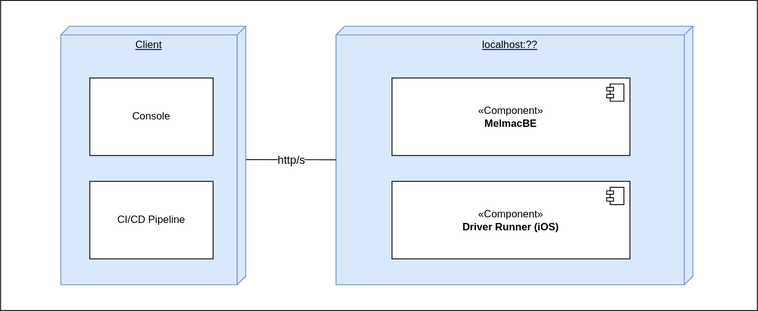
Earlier version of the draw.io export docs/global-artifacts/03.design/physical-view/level-2/svg/L2-PV.svg (Mindera/Alfie-Melmac-Performance-Testing). Source tidied: cells renumbered, new cells last; positions are measured from the earlier drawing's top-left corner, leaving out a move shared by most shapes. Its diagram source:
```xml
<mxGraphModel>
  <root>
    <mxCell id="0" />
    <mxCell id="1" parent="0" />
    <mxCell id="2" style="edgeStyle=none;html=1;exitX=0;exitY=0;exitDx=155;exitDy=255;exitPerimeter=0;entryX=0.551;entryY=0.355;entryDx=0;entryDy=0;entryPerimeter=0;" parent="1" edge="1" source="8" target="5">
      <mxGeometry relative="1" as="geometry" />
    </mxCell>
    <mxCell id="3" style="edgeStyle=none;html=1;exitX=0;exitY=0;exitDx=155;exitDy=415;exitPerimeter=0;entryX=0.075;entryY=0.487;entryDx=0;entryDy=0;entryPerimeter=0;" parent="1" edge="1" source="8" target="5">
      <mxGeometry relative="1" as="geometry" />
    </mxCell>
    <mxCell id="4" value="Untitled Layer" parent="0" />
    <mxCell id="5" style="rounded=0;whiteSpace=wrap;html=1;labelBorderColor=none;" parent="4" vertex="1">
      <mxGeometry width="880" height="360" as="geometry" />
    </mxCell>
    <mxCell id="6" parent="0" />
    <mxCell id="7" style="group;" parent="6" vertex="1">
      <mxGeometry x="390" y="30" width="415" height="300" as="geometry" />
    </mxCell>
    <mxCell id="8" value="localhost:??" style="verticalAlign=top;align=center;spacingTop=8;spacingLeft=2;spacingRight=12;shape=cube;size=10;direction=south;fontStyle=4;html=1;whiteSpace=wrap;fillColor=#dae8fc;strokeColor=#6c8ebf;" parent="7" vertex="1">
      <mxGeometry width="415" height="300" as="geometry" />
    </mxCell>
    <mxCell id="9" value="«Component&lt;span style=&quot;background-color: initial;&quot;&gt;»&lt;/span&gt;&lt;div&gt;&lt;b&gt;MelmacBE&lt;/b&gt;&lt;/div&gt;" style="html=1;whiteSpace=wrap;" parent="7" vertex="1">
      <mxGeometry x="65.1" y="60" width="276.7" height="90" as="geometry" />
    </mxCell>
    <mxCell id="10" style="shape=module;jettyWidth=8;jettyHeight=4;" parent="9" vertex="1">
      <mxGeometry x="1" width="20" height="20" relative="1" as="geometry">
        <mxPoint x="-27" y="7" as="offset" />
      </mxGeometry>
    </mxCell>
    <mxCell id="11" value="«Component&lt;span style=&quot;background-color: initial;&quot;&gt;»&lt;/span&gt;&lt;div&gt;&lt;b&gt;Driver Runner (iOS)&lt;/b&gt;&lt;/div&gt;" style="html=1;whiteSpace=wrap;" parent="7" vertex="1">
      <mxGeometry x="65.1" y="180" width="276.7" height="90" as="geometry" />
    </mxCell>
    <mxCell id="12" style="shape=module;jettyWidth=8;jettyHeight=4;" parent="11" vertex="1">
      <mxGeometry x="1" width="20" height="20" relative="1" as="geometry">
        <mxPoint x="-27" y="7" as="offset" />
      </mxGeometry>
    </mxCell>
    <mxCell id="13" value="&lt;font style=&quot;font-size: 13px;&quot;&gt;http/s&lt;/font&gt;" style="edgeStyle=none;html=1;exitX=0;exitY=0;exitDx=155;exitDy=415;exitPerimeter=0;endArrow=none;endFill=0;entryX=0.516;entryY=0.002;entryDx=0;entryDy=0;entryPerimeter=0;" parent="6" edge="1" source="8" target="15">
      <mxGeometry x="-0.02" relative="1" as="geometry" />
    </mxCell>
    <mxCell id="14" style="group;" parent="6" vertex="1">
      <mxGeometry x="70" y="30" width="215" height="300" as="geometry" />
    </mxCell>
    <mxCell id="15" value="Client" style="verticalAlign=top;align=center;spacingTop=8;spacingLeft=2;spacingRight=12;shape=cube;size=10;direction=south;fontStyle=4;html=1;whiteSpace=wrap;fillColor=#dae8fc;strokeColor=#6c8ebf;" parent="14" vertex="1">
      <mxGeometry width="215" height="300" as="geometry" />
    </mxCell>
    <mxCell id="16" value="Console" style="html=1;whiteSpace=wrap;" parent="14" vertex="1">
      <mxGeometry x="33.7" y="60" width="143.3" height="90" as="geometry" />
    </mxCell>
    <mxCell id="17" value="CI/CD Pipeline" style="html=1;whiteSpace=wrap;" parent="14" vertex="1">
      <mxGeometry x="33.7" y="180" width="143.3" height="90" as="geometry" />
    </mxCell>
  </root>
</mxGraphModel>
```
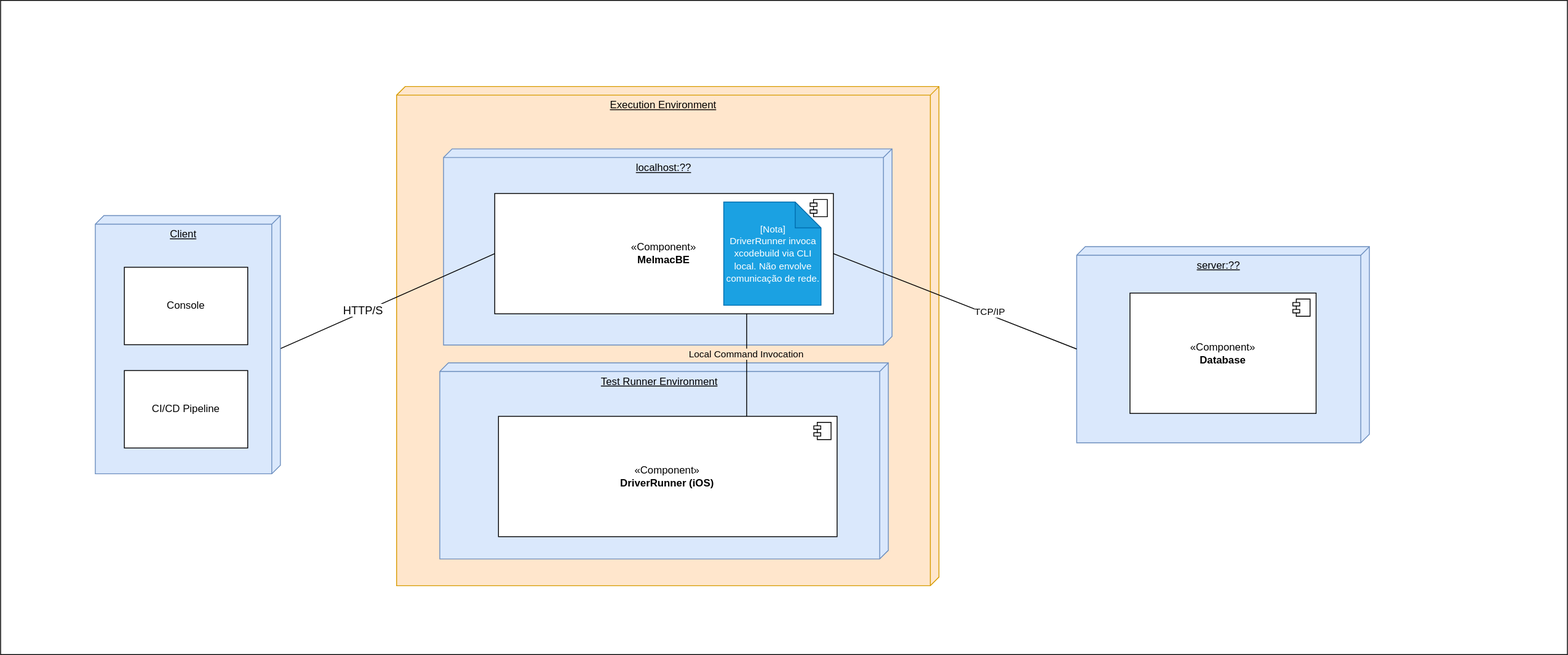
The same file after the commit.

Diff of the diagram source:
```diff
@@ -10,36 +10,56 @@
     </mxCell>
     <mxCell id="4" value="Untitled Layer" parent="0" />
     <mxCell id="5" style="rounded=0;whiteSpace=wrap;html=1;labelBorderColor=none;" parent="4" vertex="1">
-      <mxGeometry width="880" height="360" as="geometry" />
+      <mxGeometry x="-80" y="-70" width="1820" height="760" as="geometry" />
     </mxCell>
     <mxCell id="6" parent="0" />
     <mxCell id="7" style="group;" parent="6" vertex="1">
-      <mxGeometry x="390" y="30" width="415" height="300" as="geometry" />
+      <mxGeometry x="380" y="30" width="630" height="580" as="geometry" />
     </mxCell>
-    <mxCell id="8" value="localhost:??" style="verticalAlign=top;align=center;spacingTop=8;spacingLeft=2;spacingRight=12;shape=cube;size=10;direction=south;fontStyle=4;html=1;whiteSpace=wrap;fillColor=#dae8fc;strokeColor=#6c8ebf;" parent="7" vertex="1">
-      <mxGeometry width="415" height="300" as="geometry" />
+    <mxCell id="8" value="Execution Environment" style="verticalAlign=top;align=center;spacingTop=8;spacingLeft=2;spacingRight=12;shape=cube;size=10;direction=south;fontStyle=4;html=1;whiteSpace=wrap;fillColor=#ffe6cc;strokeColor=#d79b00;" parent="7" vertex="1">
+      <mxGeometry width="630" height="580" as="geometry" />
     </mxCell>
+    <mxCell id="18" style="group;" parent="7" vertex="1">
+      <mxGeometry x="54.5" y="72.5" width="521" height="313.1" as="geometry" />
+    </mxCell>
+    <mxCell id="19" value="localhost:??" style="verticalAlign=top;align=center;spacingTop=8;spacingLeft=2;spacingRight=12;shape=cube;size=10;direction=south;fontStyle=4;html=1;whiteSpace=wrap;fillColor=#dae8fc;strokeColor=#6c8ebf;" parent="18" vertex="1">
+      <mxGeometry width="521" height="227.9" as="geometry" />
+    </mxCell>
     <mxCell id="9" value="«Component&lt;span style=&quot;background-color: initial;&quot;&gt;»&lt;/span&gt;&lt;div&gt;&lt;b&gt;MelmacBE&lt;/b&gt;&lt;/div&gt;" style="html=1;whiteSpace=wrap;" parent="7" vertex="1">
-      <mxGeometry x="65.1" y="60" width="276.7" height="90" as="geometry" />
+      <mxGeometry x="114" y="124.3" width="393.3" height="139.8" as="geometry" />
     </mxCell>
     <mxCell id="10" style="shape=module;jettyWidth=8;jettyHeight=4;" parent="9" vertex="1">
       <mxGeometry x="1" width="20" height="20" relative="1" as="geometry">
         <mxPoint x="-27" y="7" as="offset" />
       </mxGeometry>
     </mxCell>
+    <mxCell id="20" value="Test Runner Environment" style="verticalAlign=top;align=center;spacingTop=8;spacingLeft=2;spacingRight=12;shape=cube;size=10;direction=south;fontStyle=4;html=1;whiteSpace=wrap;fillColor=#dae8fc;strokeColor=#6c8ebf;" parent="7" vertex="1">
+      <mxGeometry x="50.2" y="321.1" width="521" height="227.9" as="geometry" />
+    </mxCell>
-    <mxCell id="11" value="«Component&lt;span style=&quot;background-color: initial;&quot;&gt;»&lt;/span&gt;&lt;div&gt;&lt;b&gt;Driver Runner (iOS)&lt;/b&gt;&lt;/div&gt;" style="html=1;whiteSpace=wrap;" parent="7" vertex="1">
-      <mxGeometry x="65.1" y="180" width="276.7" height="90" as="geometry" />
+    <mxCell id="11" value="«Component&lt;span style=&quot;background-color: initial;&quot;&gt;»&lt;/span&gt;&lt;div&gt;&lt;b&gt;DriverRunner (iOS)&lt;/b&gt;&lt;/div&gt;" style="html=1;whiteSpace=wrap;" parent="7" vertex="1">
+      <mxGeometry x="118.3" y="383.2" width="393.3" height="139.8" as="geometry" />
     </mxCell>
     <mxCell id="12" style="shape=module;jettyWidth=8;jettyHeight=4;" parent="11" vertex="1">
       <mxGeometry x="1" width="20" height="20" relative="1" as="geometry">
         <mxPoint x="-27" y="7" as="offset" />
       </mxGeometry>
     </mxCell>
+    <mxCell id="21" style="edgeStyle=none;html=1;exitX=0.744;exitY=0.998;exitDx=0;exitDy=0;endArrow=none;endFill=0;entryX=0.733;entryY=0;entryDx=0;entryDy=0;entryPerimeter=0;exitPerimeter=0;" parent="7" edge="1" source="9" target="11">
+      <mxGeometry relative="1" as="geometry" />
+    </mxCell>
+    <mxCell id="22" value="Local Command Invocation" style="edgeLabel;html=1;align=center;verticalAlign=middle;labelBackgroundColor=light-dark(#ffe6cc, #ededed);" parent="21" vertex="1">
+      <mxGeometry x="-0.35" y="-1" relative="1" as="geometry">
+        <mxPoint y="8" as="offset" />
+      </mxGeometry>
+    </mxCell>
+    <mxCell id="23" value="&lt;div style=&quot;text-align: center;&quot;&gt;&lt;font style=&quot;font-size: 11px;&quot;&gt;[Nota]&lt;/font&gt;&lt;/div&gt;&lt;div style=&quot;text-align: center;&quot;&gt;&lt;font style=&quot;&quot;&gt;&lt;font style=&quot;font-size: 11px;&quot;&gt;DriverRunner invoca xcodebuild via CLI local.&amp;nbsp;&lt;/font&gt;&lt;span style=&quot;font-size: 11px; background-color: transparent;&quot;&gt;Não envolve comunicação de rede.&lt;/span&gt;&lt;/font&gt;&lt;/div&gt;" style="shape=note;whiteSpace=wrap;html=1;backgroundOutline=1;darkOpacity=0.05;fillColor=#1ba1e2;strokeColor=#006EAF;fontColor=#FFFFFF;align=left;" parent="7" vertex="1">
+      <mxGeometry x="380" y="134.2" width="113" height="120" as="geometry" />
+    </mxCell>
-    <mxCell id="13" value="&lt;font style=&quot;font-size: 13px;&quot;&gt;http/s&lt;/font&gt;" style="edgeStyle=none;html=1;exitX=0;exitY=0;exitDx=155;exitDy=415;exitPerimeter=0;endArrow=none;endFill=0;entryX=0.516;entryY=0.002;entryDx=0;entryDy=0;entryPerimeter=0;" parent="6" edge="1" source="8" target="15">
-      <mxGeometry x="-0.02" relative="1" as="geometry" />
+    <mxCell id="13" value="&lt;font style=&quot;font-size: 13px;&quot;&gt;HTTP/S&lt;/font&gt;" style="edgeStyle=none;html=1;exitX=0;exitY=0.5;exitDx=0;exitDy=0;endArrow=none;endFill=0;entryX=0.516;entryY=0.002;entryDx=0;entryDy=0;entryPerimeter=0;labelBackgroundColor=default;" parent="6" edge="1" source="9" target="15">
+      <mxGeometry x="0.23" y="-2" relative="1" as="geometry" />
     </mxCell>
     <mxCell id="14" style="group;" parent="6" vertex="1">
-      <mxGeometry x="70" y="30" width="215" height="300" as="geometry" />
+      <mxGeometry x="30" y="180" width="215" height="300" as="geometry" />
     </mxCell>
     <mxCell id="15" value="Client" style="verticalAlign=top;align=center;spacingTop=8;spacingLeft=2;spacingRight=12;shape=cube;size=10;direction=south;fontStyle=4;html=1;whiteSpace=wrap;fillColor=#dae8fc;strokeColor=#6c8ebf;" parent="14" vertex="1">
       <mxGeometry width="215" height="300" as="geometry" />
@@ -50,5 +70,27 @@
     <mxCell id="17" value="CI/CD Pipeline" style="html=1;whiteSpace=wrap;" parent="14" vertex="1">
       <mxGeometry x="33.7" y="180" width="143.3" height="90" as="geometry" />
     </mxCell>
+    <mxCell id="24" style="group;" parent="6" vertex="1">
+      <mxGeometry x="1170" y="216.1" width="521" height="227.9" as="geometry" />
+    </mxCell>
+    <mxCell id="25" value="server:??" style="verticalAlign=top;align=center;spacingTop=8;spacingLeft=2;spacingRight=12;shape=cube;size=10;direction=south;fontStyle=4;html=1;whiteSpace=wrap;fillColor=#dae8fc;strokeColor=#6c8ebf;" parent="24" vertex="1">
+      <mxGeometry width="340" height="227.9" as="geometry" />
+    </mxCell>
+    <mxCell id="26" value="«Component&lt;span style=&quot;background-color: initial;&quot;&gt;»&lt;/span&gt;&lt;div&gt;&lt;b&gt;Database&lt;/b&gt;&lt;/div&gt;" style="html=1;whiteSpace=wrap;" parent="24" vertex="1">
+      <mxGeometry x="61.9" y="53.9" width="216.2" height="139.8" as="geometry" />
+    </mxCell>
+    <mxCell id="27" style="shape=module;jettyWidth=8;jettyHeight=4;" parent="26" vertex="1">
+      <mxGeometry x="1" width="20" height="20" relative="1" as="geometry">
+        <mxPoint x="-27" y="7" as="offset" />
+      </mxGeometry>
+    </mxCell>
+    <mxCell id="28" style="edgeStyle=none;html=1;exitX=1;exitY=0.5;exitDx=0;exitDy=0;entryX=0;entryY=0;entryDx=118.93;entryDy=340;entryPerimeter=0;endArrow=none;endFill=0;" parent="6" edge="1" source="9" target="25">
+      <mxGeometry relative="1" as="geometry" />
+    </mxCell>
+    <mxCell id="29" value="TCP/IP" style="edgeLabel;html=1;align=center;verticalAlign=middle;" parent="28" vertex="1">
+      <mxGeometry x="-0.08" y="-1" relative="1" as="geometry">
+        <mxPoint x="51" y="15" as="offset" />
+      </mxGeometry>
+    </mxCell>
   </root>
 </mxGraphModel>
```
